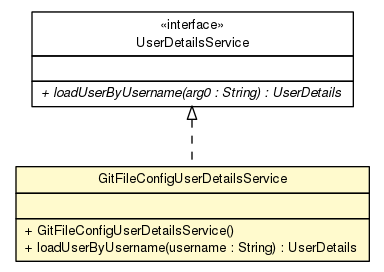
This is release/build-docker/spring-cloud-config/spring-cloud-config-server/apidocs/cn/home1/cloud/config/server/security/GitFileConfigUserDetailsService.png from cloud-ready/cloud-ready, a Graphviz export, as it was before one commit. Its source is kept beside it as release/build-docker/spring-cloud-config/spring-cloud-config-server/apidocs/cn/home1/cloud/config/server/security/GitFileConfigUserDetailsService.dot. Source of this version:
```dot

digraph G {
	edge [fontname="Helvetica",fontsize=10,labelfontname="Helvetica",labelfontsize=10];
	node [fontname="Helvetica",fontsize=10,shape=plaintext];
	nodesep=0.25;
	ranksep=0.5;
	c270 [label=<<table title="cn.home1.cloud.config.server.security.GitFileConfigUserDetailsService" border="0" cellborder="1" cellspacing="0" cellpadding="2" port="p" bgcolor="lemonChiffon" href="./GitFileConfigUserDetailsService.html">
		<tr><td><table border="0" cellspacing="0" cellpadding="1">
<tr><td align="center" balign="center"> GitFileConfigUserDetailsService </td></tr>
		</table></td></tr>
		<tr><td><table border="0" cellspacing="0" cellpadding="1">
<tr><td align="left" balign="left">  </td></tr>
		</table></td></tr>
		<tr><td><table border="0" cellspacing="0" cellpadding="1">
<tr><td align="left" balign="left"> + GitFileConfigUserDetailsService() </td></tr>
<tr><td align="left" balign="left"> + loadUserByUsername(username : String) : UserDetails </td></tr>
		</table></td></tr>
		</table>>, URL="./GitFileConfigUserDetailsService.html", fontname="Helvetica", fontcolor="black", fontsize=10.0];
	c280:p -> c270:p [dir=back,arrowtail=empty,style=dashed];
	c280 [label=<<table title="org.springframework.security.core.userdetails.UserDetailsService" border="0" cellborder="1" cellspacing="0" cellpadding="2" port="p" href="http://java.sun.com/j2se/1.4.2/docs/api/org/springframework/security/core/userdetails/UserDetailsService.html">
		<tr><td><table border="0" cellspacing="0" cellpadding="1">
<tr><td align="center" balign="center"> &#171;interface&#187; </td></tr>
<tr><td align="center" balign="center"> UserDetailsService </td></tr>
		</table></td></tr>
		<tr><td><table border="0" cellspacing="0" cellpadding="1">
<tr><td align="left" balign="left">  </td></tr>
		</table></td></tr>
		<tr><td><table border="0" cellspacing="0" cellpadding="1">
<tr><td align="left" balign="left"><font face="Helvetica-Oblique" point-size="10.0"> + loadUserByUsername(arg0 : String) : UserDetails </font></td></tr>
		</table></td></tr>
		</table>>, URL="http://java.sun.com/j2se/1.4.2/docs/api/org/springframework/security/core/userdetails/UserDetailsService.html", fontname="Helvetica", fontcolor="black", fontsize=10.0];
}
```
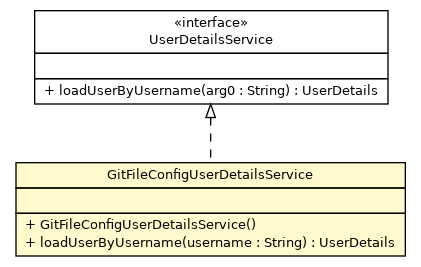
Later version of the same file.

What changed in the source:
```diff
@@ -4,7 +4,7 @@
 	node [fontname="Helvetica",fontsize=10,shape=plaintext];
 	nodesep=0.25;
 	ranksep=0.5;
-	c270 [label=<<table title="cn.home1.cloud.config.server.security.GitFileConfigUserDetailsService" border="0" cellborder="1" cellspacing="0" cellpadding="2" port="p" bgcolor="lemonChiffon" href="./GitFileConfigUserDetailsService.html">
+	c274 [label=<<table title="cn.home1.cloud.config.server.security.GitFileConfigUserDetailsService" border="0" cellborder="1" cellspacing="0" cellpadding="2" port="p" bgcolor="lemonChiffon" href="./GitFileConfigUserDetailsService.html">
 		<tr><td><table border="0" cellspacing="0" cellpadding="1">
 <tr><td align="center" balign="center"> GitFileConfigUserDetailsService </td></tr>
 		</table></td></tr>
@@ -16,7 +16,7 @@
 <tr><td align="left" balign="left"> + loadUserByUsername(username : String) : UserDetails </td></tr>
 		</table></td></tr>
 		</table>>, URL="./GitFileConfigUserDetailsService.html", fontname="Helvetica", fontcolor="black", fontsize=10.0];
-	c280:p -> c270:p [dir=back,arrowtail=empty,style=dashed];
+	c280:p -> c274:p [dir=back,arrowtail=empty,style=dashed];
 	c280 [label=<<table title="org.springframework.security.core.userdetails.UserDetailsService" border="0" cellborder="1" cellspacing="0" cellpadding="2" port="p" href="http://java.sun.com/j2se/1.4.2/docs/api/org/springframework/security/core/userdetails/UserDetailsService.html">
 		<tr><td><table border="0" cellspacing="0" cellpadding="1">
 <tr><td align="center" balign="center"> &#171;interface&#187; </td></tr>
```
